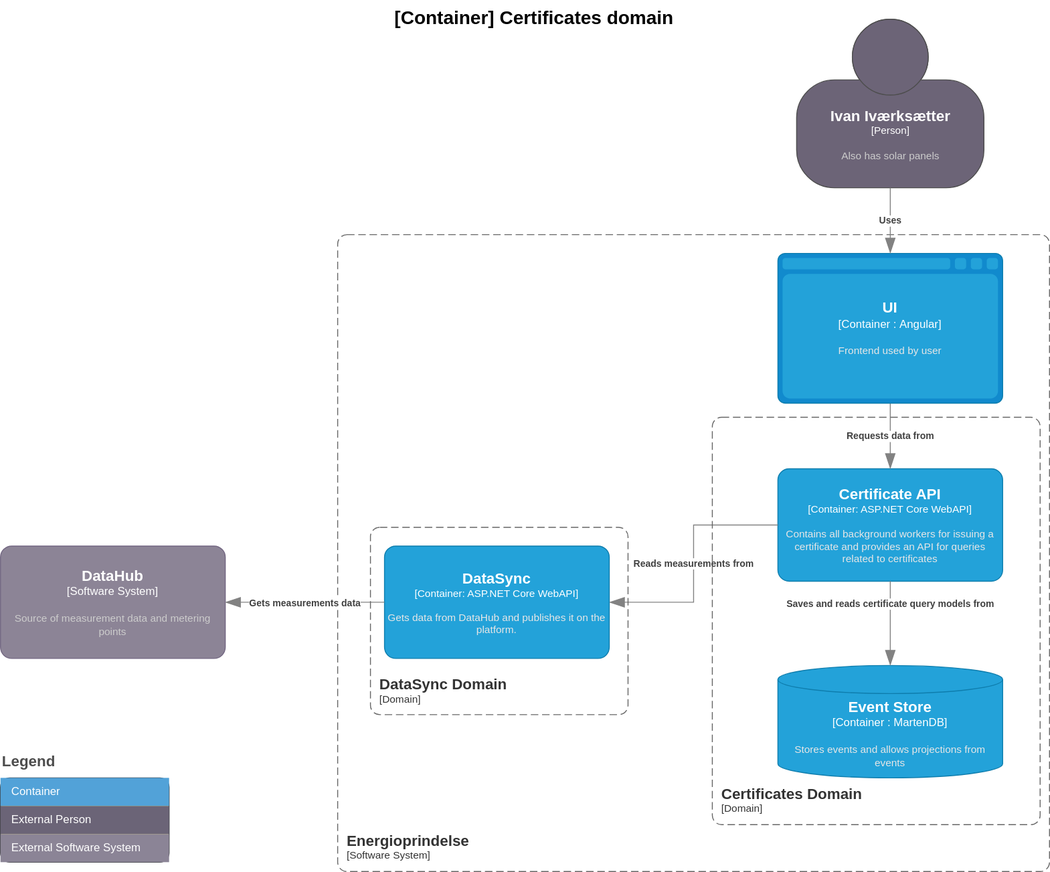
Earlier version of the draw.io export doc/architecture/diagrams/certificates.current.container.drawio.svg (Energinet-DataHub/energy-origin). Source tidied: cells renumbered, new cells last; positions are measured from the earlier drawing's top-left corner, leaving out a move shared by most shapes.
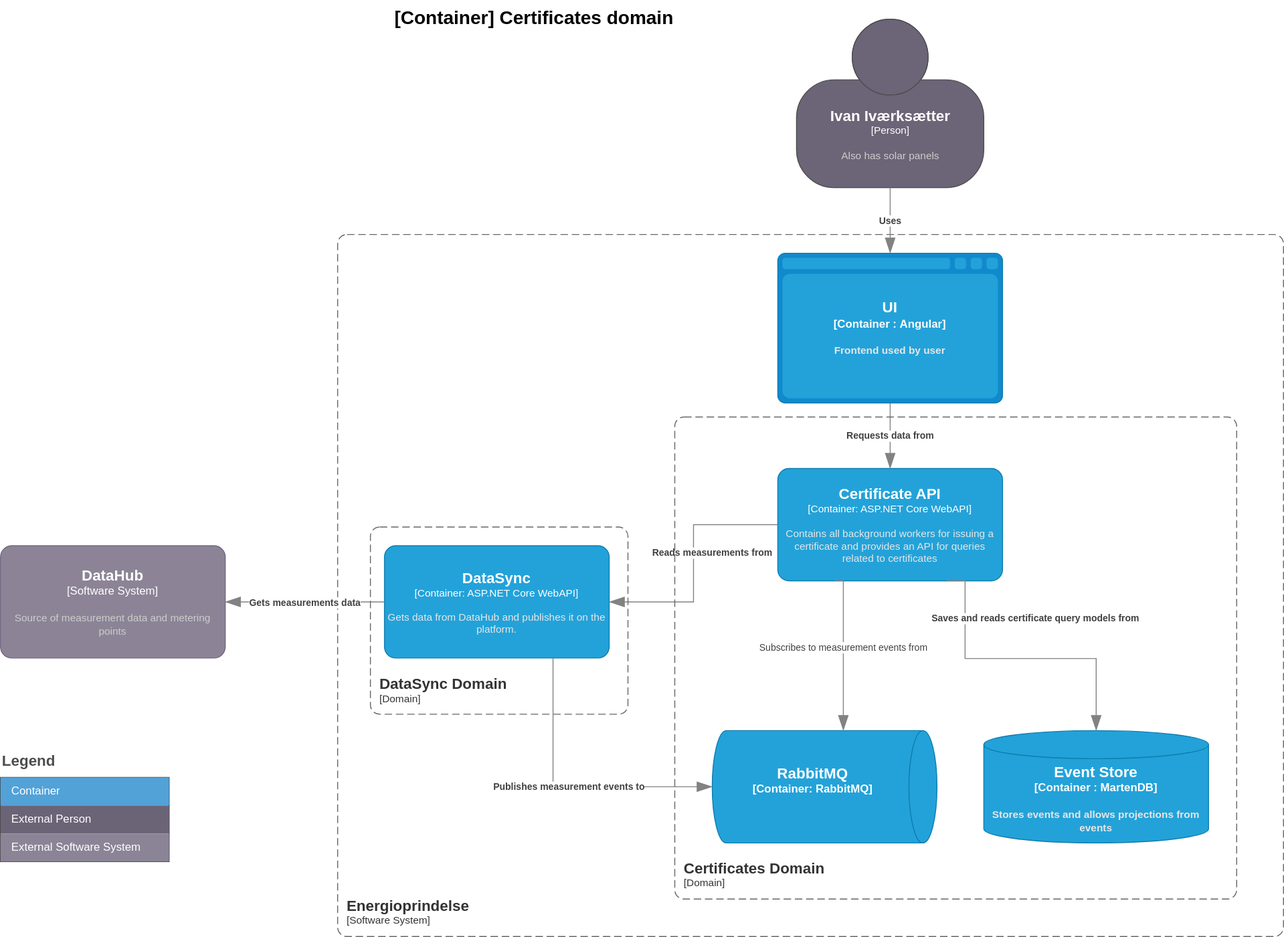
After the commit.

Diff of the diagram source:
```diff
@@ -4,7 +4,7 @@
     <mxCell id="1" parent="0" />
     <object id="2" label="&lt;font style=&quot;font-size: 16px&quot;&gt;&lt;b&gt;&lt;div style=&quot;text-align: left&quot;&gt;%c4Name%&lt;/div&gt;&lt;/b&gt;&lt;/font&gt;&lt;div style=&quot;text-align: left&quot;&gt;[%c4Application%]&lt;/div&gt;" c4Application="Software System" c4Name="Energioprindelse" c4Type="SystemScopeBoundary" placeholders="1">
       <mxCell style="rounded=1;fontSize=11;whiteSpace=wrap;html=1;dashed=1;arcSize=20;fillColor=none;strokeColor=#666666;fontColor=#333333;labelBackgroundColor=none;align=left;verticalAlign=bottom;labelBorderColor=none;spacingTop=0;spacing=10;dashPattern=8 4;perimeter=rectanglePerimeter;noLabel=0;labelPadding=0;absoluteArcSize=1;" parent="1" vertex="1">
-        <mxGeometry x="360" y="250" width="760" height="680" as="geometry" />
+        <mxGeometry x="360" y="250" width="1010" height="750" as="geometry" />
       </mxCell>
     </object>
     <object id="3" label="&lt;font style=&quot;font-size: 16px&quot;&gt;&lt;b&gt;%c4Name%&lt;/b&gt;&lt;/font&gt;&lt;div&gt;[%c4Type%: %c4Technology%]&lt;/div&gt;&lt;br&gt;&lt;div&gt;&lt;font style=&quot;font-size: 11px&quot;&gt;&lt;font color=&quot;#E6E6E6&quot;&gt;%c4Description%&lt;/font&gt;&lt;/div&gt;" c4Description="Contains all background workers for issuing a certificate and provides an API for queries related to certificates" c4Name="Certificate API" c4Technology="ASP.NET Core WebAPI" c4Type="Container" placeholders="1">
@@ -14,17 +14,24 @@
     </object>
     <object id="4" label="&lt;font style=&quot;font-size: 16px&quot;&gt;&lt;b&gt;%c4Type%&lt;/font&gt;&lt;div&gt;[%c4Container%:&amp;nbsp;%c4Technology%]&lt;/div&gt;&lt;br&gt;&lt;div&gt;&lt;font style=&quot;font-size: 11px&quot;&gt;&lt;font color=&quot;#E6E6E6&quot;&gt;%c4Description%&lt;/font&gt;&lt;/div&gt;" c4Container="Container " c4Description="Stores events and allows projections from events" c4Technology="MartenDB" c4Type="Event Store" placeholders="1">
       <mxCell style="shape=cylinder3;size=15;whiteSpace=wrap;html=1;boundedLbl=1;rounded=0;labelBackgroundColor=none;fillColor=#23A2D9;fontSize=12;fontColor=#ffffff;align=center;strokeColor=#0E7DAD;points=[[0.5,0,0],[1,0.25,0],[1,0.5,0],[1,0.75,0],[0.5,1,0],[0,0.75,0],[0,0.5,0],[0,0.25,0]];" parent="1" vertex="1">
-        <mxGeometry x="830" y="710" width="240" height="120" as="geometry" />
+        <mxGeometry x="1050" y="780" width="240" height="120" as="geometry" />
       </mxCell>
     </object>
     <object id="5" label="&lt;div style=&quot;text-align: left&quot;&gt;&lt;div style=&quot;text-align: center&quot;&gt;&lt;b&gt;%c4Description%&lt;/b&gt;&lt;/div&gt;" c4Description="Reads measurements from" c4Type="Relationship" placeholders="1">
       <mxCell style="endArrow=blockThin;html=1;fontSize=10;fontColor=#404040;strokeWidth=1;endFill=1;strokeColor=#828282;elbow=vertical;endSize=14;startSize=14;jumpStyle=arc;jumpSize=16;rounded=0;edgeStyle=orthogonalEdgeStyle;exitX=0;exitY=0.5;exitDx=0;exitDy=0;exitPerimeter=0;entryX=1;entryY=0.5;entryDx=0;entryDy=0;entryPerimeter=0;" parent="1" edge="1" source="3" target="12">
-        <mxGeometry relative="1" as="geometry" />
+        <mxGeometry x="-0.09" y="20" relative="1" as="geometry" />
       </mxCell>
     </object>
     <object id="6" label="&lt;div style=&quot;text-align: left&quot;&gt;&lt;div style=&quot;text-align: center&quot;&gt;&lt;b&gt;%c4Description%&lt;/b&gt;&lt;/div&gt;" c4Description="Saves and reads certificate query models from" c4Type="Relationship" placeholders="1">
-      <mxCell style="endArrow=blockThin;html=1;fontSize=10;fontColor=#404040;strokeWidth=1;endFill=1;strokeColor=#828282;elbow=vertical;endSize=14;startSize=14;jumpStyle=arc;jumpSize=16;rounded=0;edgeStyle=orthogonalEdgeStyle;exitX=0.5;exitY=1;exitDx=0;exitDy=0;exitPerimeter=0;entryX=0.5;entryY=0;entryDx=0;entryDy=0;entryPerimeter=0;" parent="1" edge="1" source="3" target="4">
-        <mxGeometry x="-0.47" relative="1" as="geometry" />
+      <mxCell style="endArrow=blockThin;html=1;fontSize=10;fontColor=#404040;strokeWidth=1;endFill=1;strokeColor=#828282;elbow=vertical;endSize=14;startSize=14;jumpStyle=arc;jumpSize=16;rounded=0;edgeStyle=orthogonalEdgeStyle;entryX=0.5;entryY=0;entryDx=0;entryDy=0;entryPerimeter=0;" parent="1" edge="1" target="4">
+        <mxGeometry x="0.11" y="43" relative="1" as="geometry">
+          <mxPoint x="1010" y="620" as="sourcePoint" />
+          <Array as="points">
+            <mxPoint x="1030" y="620" />
+            <mxPoint x="1030" y="703" />
+            <mxPoint x="1170" y="703" />
+          </Array>
+        </mxGeometry>
       </mxCell>
     </object>
     <object id="7" label="&lt;div style=&quot;text-align: left&quot;&gt;&lt;div style=&quot;text-align: center&quot;&gt;&lt;b&gt;%c4Description%&lt;/b&gt;&lt;/div&gt;" c4Description="Requests data from" c4Type="Relationship" placeholders="1">
@@ -79,7 +86,7 @@
     </mxCell>
     <object id="19" label="&lt;font style=&quot;font-size: 16px&quot;&gt;&lt;b&gt;&lt;div style=&quot;text-align: left&quot;&gt;%c4Name%&lt;/div&gt;&lt;/b&gt;&lt;/font&gt;&lt;div style=&quot;text-align: left&quot;&gt;[%c4Application%]&lt;/div&gt;" c4Application="Domain" c4Name="Certificates Domain" c4Type="SystemScopeBoundary" placeholders="1">
       <mxCell style="rounded=1;fontSize=11;whiteSpace=wrap;html=1;dashed=1;arcSize=20;fillColor=none;strokeColor=#666666;fontColor=#333333;labelBackgroundColor=none;align=left;verticalAlign=bottom;labelBorderColor=none;spacingTop=0;spacing=10;dashPattern=8 4;perimeter=rectanglePerimeter;noLabel=0;labelPadding=0;absoluteArcSize=1;" parent="1" vertex="1">
-        <mxGeometry x="760" y="445" width="350" height="435" as="geometry" />
+        <mxGeometry x="720" y="445" width="600" height="515" as="geometry" />
       </mxCell>
     </object>
     <object id="20" label="&lt;div style=&quot;text-align: left&quot;&gt;&lt;div style=&quot;text-align: center&quot;&gt;&lt;b&gt;%c4Description%&lt;/b&gt;&lt;/div&gt;" c4Description="Uses" c4Type="Relationship" placeholders="1">
@@ -92,5 +99,27 @@
         <mxGeometry x="395" y="562.5" width="275" height="200" as="geometry" />
       </mxCell>
     </object>
+    <object id="22" label="&lt;font style=&quot;font-size: 16px&quot;&gt;&lt;b&gt;%c4Type%&lt;/font&gt;&lt;div&gt;[%c4Container%:&amp;nbsp;%c4Technology%]&lt;/div&gt;&lt;br&gt;&lt;div&gt;&lt;font style=&quot;font-size: 11px&quot;&gt;&lt;font color=&quot;#E6E6E6&quot;&gt;%c4Description%&lt;/font&gt;&lt;/div&gt;" c4Container="Container" c4Description="" c4Technology="RabbitMQ" c4Type="RabbitMQ" placeholders="1">
+      <mxCell style="shape=cylinder3;size=15;direction=south;whiteSpace=wrap;html=1;boundedLbl=1;rounded=0;labelBackgroundColor=none;fillColor=#23A2D9;fontSize=12;fontColor=#ffffff;align=center;strokeColor=#0E7DAD;points=[[0.5,0,0],[1,0.25,0],[1,0.5,0],[1,0.75,0],[0.5,1,0],[0,0.75,0],[0,0.5,0],[0,0.25,0]];" parent="1" vertex="1">
+        <mxGeometry x="760" y="780" width="240" height="120" as="geometry" />
+      </mxCell>
+    </object>
+    <object id="23" label="Subscribes to measurement events from" c4Description="e.g. Visits pages" c4Type="Relationship" placeholders="1">
+      <mxCell style="endArrow=blockThin;html=1;fontSize=10;fontColor=#404040;strokeWidth=1;endFill=1;strokeColor=#828282;elbow=vertical;endSize=14;startSize=14;jumpStyle=arc;jumpSize=16;rounded=0;edgeStyle=orthogonalEdgeStyle;fontStyle=0;" parent="1" edge="1">
+        <mxGeometry relative="1" as="geometry">
+          <mxPoint x="900" y="620" as="sourcePoint" />
+          <mxPoint x="900" y="780" as="targetPoint" />
+          <Array as="points">
+            <mxPoint x="891" y="620" />
+            <mxPoint x="900" y="620" />
+          </Array>
+        </mxGeometry>
+      </mxCell>
+    </object>
+    <object id="24" label="&lt;div style=&quot;text-align: left&quot;&gt;&lt;div style=&quot;text-align: center&quot;&gt;&lt;b&gt;%c4Description%&lt;/b&gt;&lt;/div&gt;" c4Description="Publishes measurement events to" c4Type="Relationship" placeholders="1">
+      <mxCell style="endArrow=blockThin;html=1;fontSize=10;fontColor=#404040;strokeWidth=1;endFill=1;strokeColor=#828282;elbow=vertical;endSize=14;startSize=14;jumpStyle=arc;jumpSize=16;rounded=0;edgeStyle=orthogonalEdgeStyle;exitX=0.75;exitY=1;exitDx=0;exitDy=0;exitPerimeter=0;entryX=0.5;entryY=1;entryDx=0;entryDy=0;entryPerimeter=0;" parent="1" edge="1" source="12" target="22">
+        <mxGeometry relative="1" as="geometry" />
+      </mxCell>
+    </object>
   </root>
 </mxGraphModel>
```
